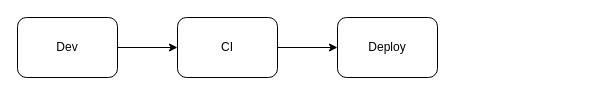
Earlier version of the draw.io diagram docs/providers/drawio/pipeline.drawio (Buffden/diagram-sync). Source tidied: cells renumbered, new cells numbered last; positions are measured from the earlier drawing's top-left corner, leaving out a move shared by most shapes. Both pictures are drawn from the tidied source at 100%, with x=0, y=0 at pixel (17, 17).
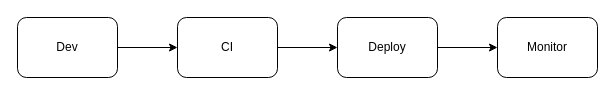
After the change.

Diff of the diagram source:
```diff
@@
 <mxGraphModel>
   <root>
     <mxCell id="0" />
     <mxCell id="1" parent="0" />
     <mxCell id="2" value="Dev" style="rounded=1;whiteSpace=wrap;" parent="1" vertex="1">
       <mxGeometry width="100" height="60" as="geometry" />
     </mxCell>
     <mxCell id="3" value="CI" style="rounded=1;whiteSpace=wrap;" parent="1" vertex="1">
       <mxGeometry x="160" width="100" height="60" as="geometry" />
     </mxCell>
     <mxCell id="4" value="Deploy" style="rounded=1;whiteSpace=wrap;" parent="1" vertex="1">
       <mxGeometry x="320" width="100" height="60" as="geometry" />
     </mxCell>
     <mxCell id="5" parent="1" edge="1" source="2" target="3">
       <mxGeometry relative="1" as="geometry" />
     </mxCell>
     <mxCell id="6" parent="1" edge="1" source="3" target="4">
       <mxGeometry relative="1" as="geometry" />
     </mxCell>
+    <mxCell id="7" value="Monitor" style="rounded=1;whiteSpace=wrap;" parent="1" vertex="1">
+      <mxGeometry x="480" width="100" height="60" as="geometry" />
+    </mxCell>
+    <mxCell id="8" parent="1" edge="1" source="4" target="7">
+      <mxGeometry relative="1" as="geometry" />
+    </mxCell>
   </root>
 </mxGraphModel>
```
